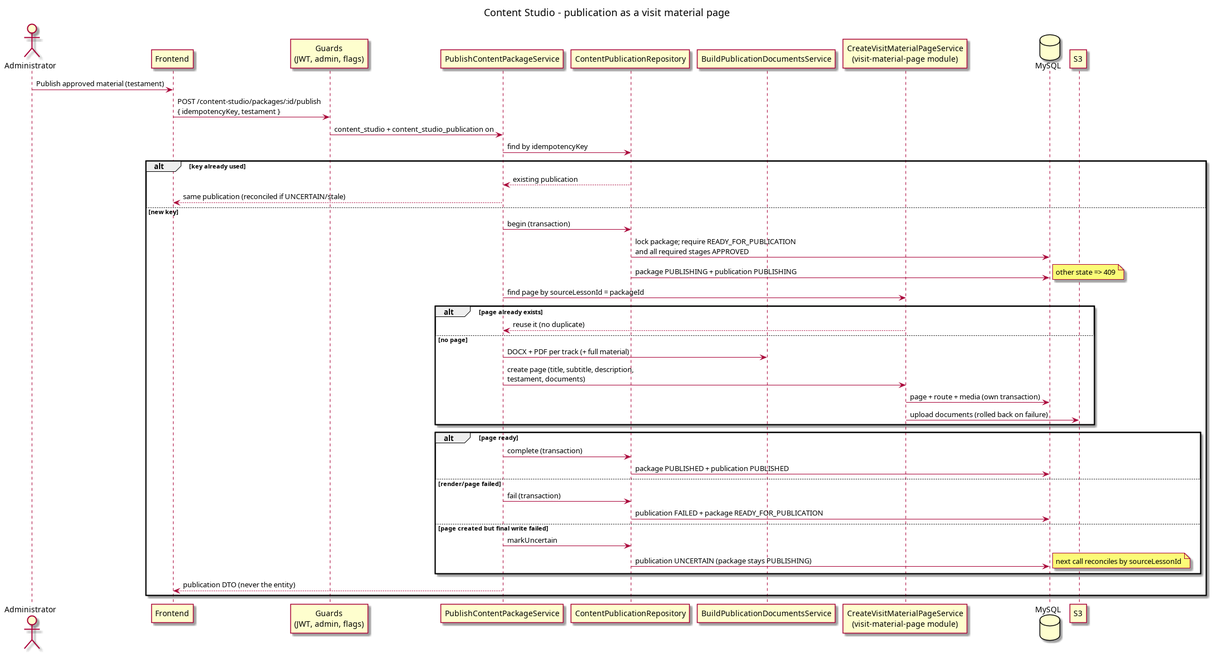
Above: docs/diagrams/flow/content-studio/content-studio-publication.png in orfanatonib/orfanatonib-api (PlantUML), before the change. Its source is kept beside it as docs/diagrams/flow/content-studio/content-studio-publication.puml.
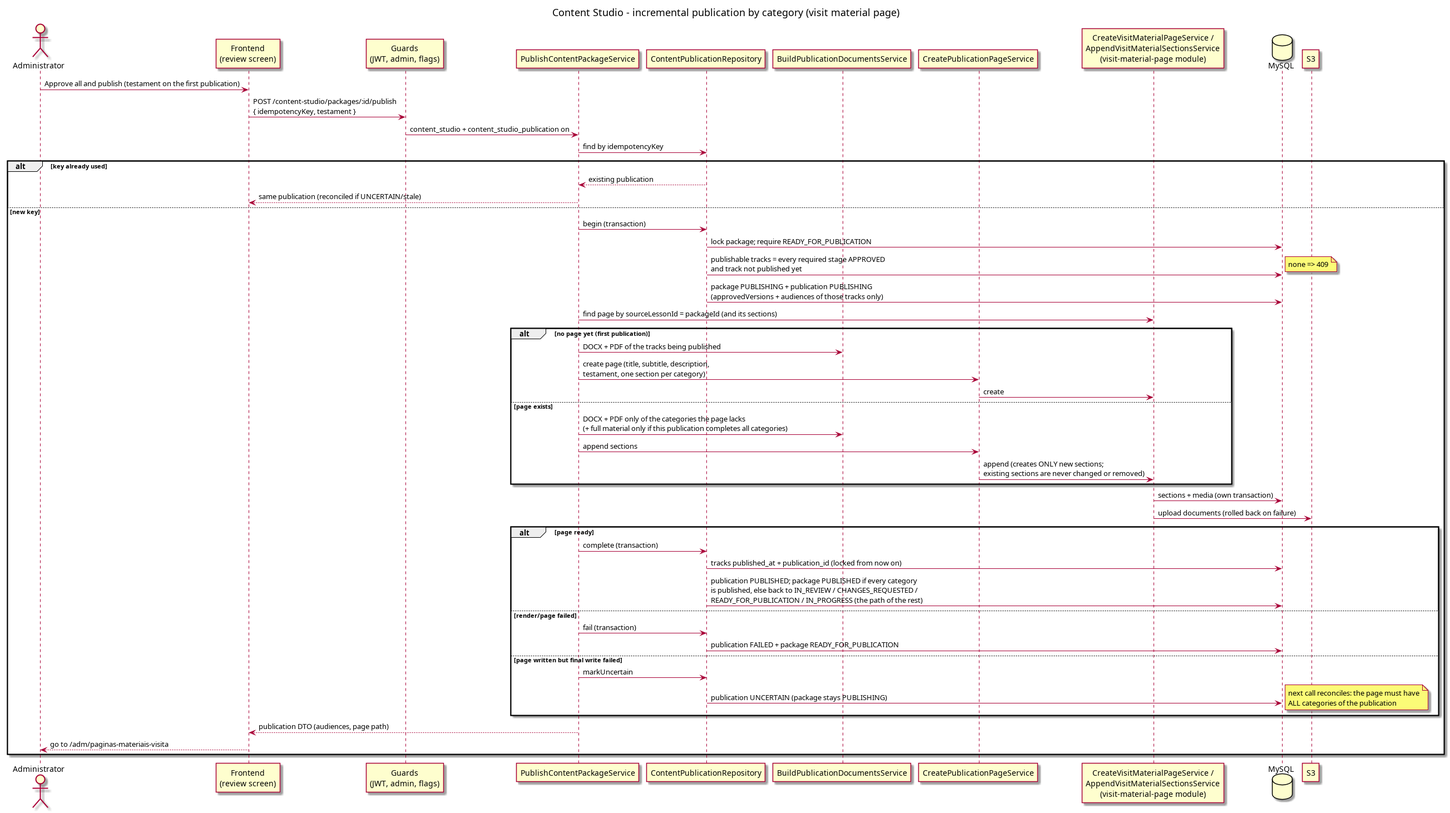
After the change.

Change to the diagram source:
```diff
@@ -1,17 +1,18 @@
 @startuml
-title Content Studio - publication as a visit material page
+title Content Studio - incremental publication by category (visit material page)
 
 actor Administrator
-participant "Frontend" as Frontend
+participant "Frontend\n(review screen)" as Frontend
 participant "Guards\n(JWT, admin, flags)" as Guards
 participant "PublishContentPackageService" as Publish
 participant "ContentPublicationRepository" as Repo
 participant "BuildPublicationDocumentsService" as Docs
-participant "CreateVisitMaterialPageService\n(visit-material-page module)" as Page
+participant "CreatePublicationPageService" as Pages
+participant "CreateVisitMaterialPageService /\nAppendVisitMaterialSectionsService\n(visit-material-page module)" as Page
 database "MySQL" as Db
 participant "S3" as S3
 
-Administrator -> Frontend: Publish approved material (testament)
+Administrator -> Frontend: Approve all and publish (testament on the first publication)
 Frontend -> Guards: POST /content-studio/packages/:id/publish\n{ idempotencyKey, testament }
 Guards -> Publish: content_studio + content_studio_publication on
 Publish -> Repo: find by idempotencyKey
@@ -20,29 +21,35 @@
   Publish --> Frontend: same publication (reconciled if UNCERTAIN/stale)
 else new key
   Publish -> Repo: begin (transaction)
-  Repo -> Db: lock package; require READY_FOR_PUBLICATION\nand all required stages APPROVED
-  Repo -> Db: package PUBLISHING + publication PUBLISHING
-  note right: other state => 409
-  Publish -> Page: find page by sourceLessonId = packageId
-  alt page already exists
-    Page --> Publish: reuse it (no duplicate)
-  else no page
-    Publish -> Docs: DOCX + PDF per track (+ full material)
-    Publish -> Page: create page (title, subtitle, description,\ntestament, documents)
-    Page -> Db: page + route + media (own transaction)
-    Page -> S3: upload documents (rolled back on failure)
+  Repo -> Db: lock package; require READY_FOR_PUBLICATION
+  Repo -> Db: publishable tracks = every required stage APPROVED\nand track not published yet
+  note right: none => 409
+  Repo -> Db: package PUBLISHING + publication PUBLISHING\n(approvedVersions + audiences of those tracks only)
+  Publish -> Page: find page by sourceLessonId = packageId (and its sections)
+  alt no page yet (first publication)
+    Publish -> Docs: DOCX + PDF of the tracks being published
+    Publish -> Pages: create page (title, subtitle, description,\ntestament, one section per category)
+    Pages -> Page: create
+  else page exists
+    Publish -> Docs: DOCX + PDF only of the categories the page lacks\n(+ full material only if this publication completes all categories)
+    Publish -> Pages: append sections
+    Pages -> Page: append (creates ONLY new sections;\nexisting sections are never changed or removed)
   end
+  Page -> Db: sections + media (own transaction)
+  Page -> S3: upload documents (rolled back on failure)
   alt page ready
     Publish -> Repo: complete (transaction)
-    Repo -> Db: package PUBLISHED + publication PUBLISHED
+    Repo -> Db: tracks published_at + publication_id (locked from now on)
+    Repo -> Db: publication PUBLISHED; package PUBLISHED if every category\nis published, else back to IN_REVIEW / CHANGES_REQUESTED /\nREADY_FOR_PUBLICATION / IN_PROGRESS (the path of the rest)
   else render/page failed
     Publish -> Repo: fail (transaction)
     Repo -> Db: publication FAILED + package READY_FOR_PUBLICATION
-  else page created but final write failed
+  else page written but final write failed
     Publish -> Repo: markUncertain
     Repo -> Db: publication UNCERTAIN (package stays PUBLISHING)
-    note right: next call reconciles by sourceLessonId
+    note right: next call reconciles: the page must have\nALL categories of the publication
   end
-  Publish --> Frontend: publication DTO (never the entity)
+  Publish --> Frontend: publication DTO (audiences, page path)
+  Frontend --> Administrator: go to /adm/paginas-materiais-visita
 end
 @enduml
```
